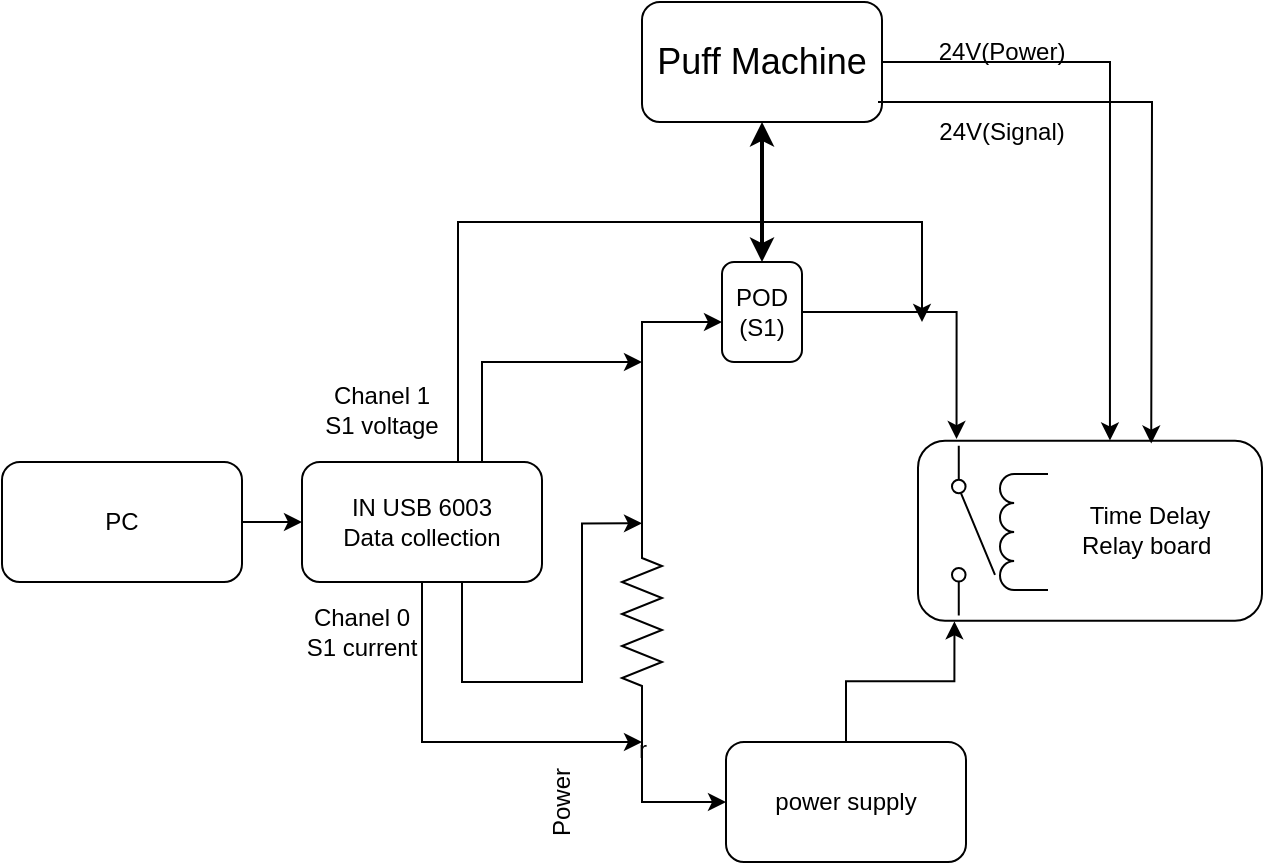
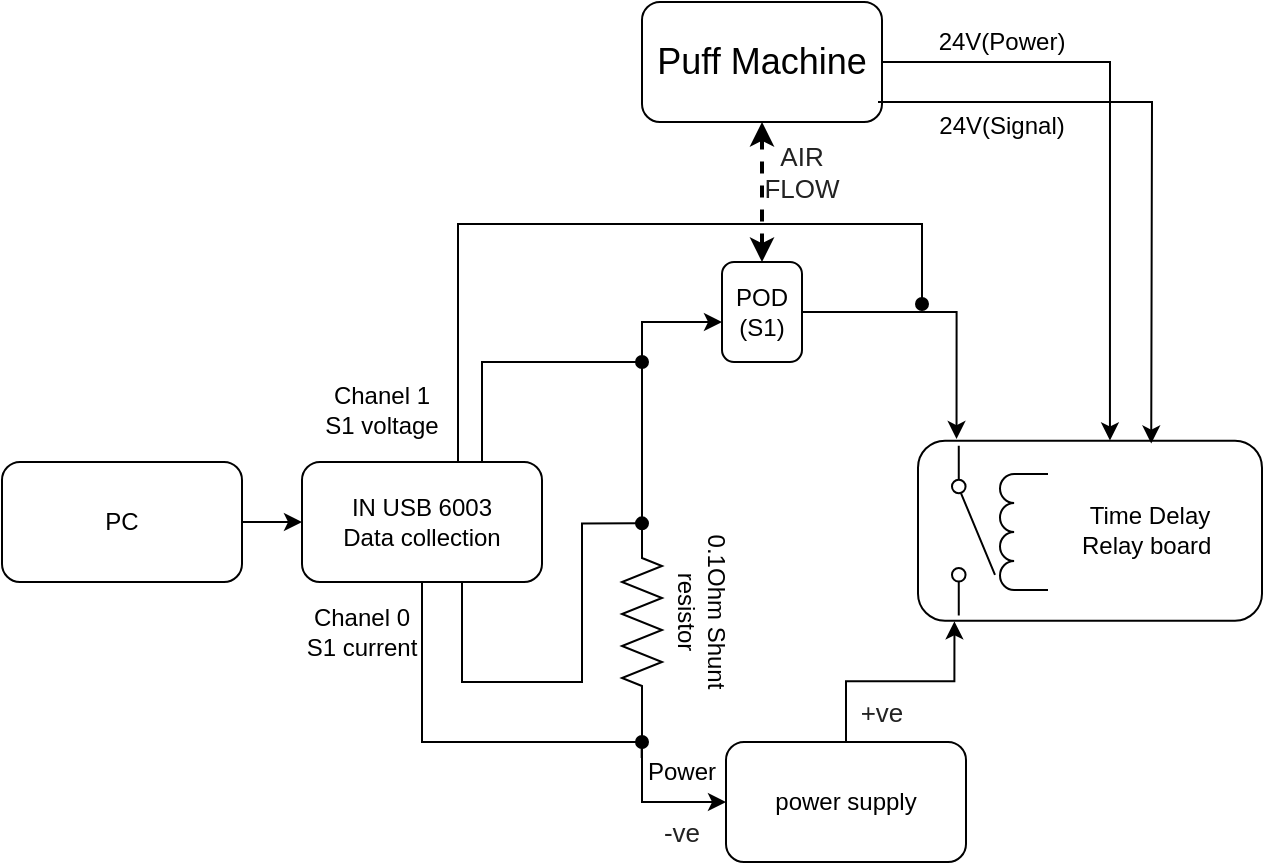
- <mxfile host="app.diagrams.net" agent="Mozilla/5.0 (Windows NT 10.0; Win64; x64) AppleWebKit/537.36 (KHTML, like Gecko) Chrome/143.0.0.0 Safari/537.36" version="29.3.1">
+ <mxfile host="app.diagrams.net" agent="Mozilla/5.0 (Windows NT 10.0; Win64; x64) AppleWebKit/537.36 (KHTML, like Gecko) Chrome/146.0.0.0 Safari/537.36" version="29.6.0">
  <diagram name="Page-1" id="7e0a89b8-554c-2b80-1dc8-d5c74ca68de4">
-     <mxGraphModel dx="868" dy="526" grid="1" gridSize="10" guides="1" tooltips="1" connect="1" arrows="1" fold="1" page="1" pageScale="1" pageWidth="1100" pageHeight="850" background="none" math="0" shadow="0">
+     <mxGraphModel dx="1042" dy="631" grid="1" gridSize="10" guides="1" tooltips="1" connect="1" arrows="1" fold="1" page="1" pageScale="1" pageWidth="1100" pageHeight="850" background="none" math="0" shadow="0">
      <root>
        <mxCell id="0" />
        <mxCell id="1" parent="0" />
        <mxCell id="GqpIZVUSNvGI2A6IR9i2-1" parent="1" style="rounded=1;whiteSpace=wrap;html=1;" value="&lt;font style=&quot;font-size: 18px;&quot;&gt;Puff Machine&lt;/font&gt;" vertex="1">
          <mxGeometry height="60" width="120" x="340" y="190" as="geometry" />
        </mxCell>
        <mxCell id="GqpIZVUSNvGI2A6IR9i2-2" parent="1" style="rounded=1;whiteSpace=wrap;html=1;" value="POD&lt;div&gt;(S1)&lt;/div&gt;" vertex="1">
          <mxGeometry height="50" width="40" x="380" y="320" as="geometry" />
        </mxCell>
-         <mxCell id="GqpIZVUSNvGI2A6IR9i2-3" edge="1" parent="1" source="GqpIZVUSNvGI2A6IR9i2-2" style="endArrow=classic;startArrow=classic;html=1;rounded=0;exitX=0.5;exitY=0;exitDx=0;exitDy=0;entryX=0.5;entryY=1;entryDx=0;entryDy=0;strokeWidth=2;" target="GqpIZVUSNvGI2A6IR9i2-1" value="">
+         <mxCell id="GqpIZVUSNvGI2A6IR9i2-3" edge="1" parent="1" source="GqpIZVUSNvGI2A6IR9i2-2" style="endArrow=classic;startArrow=classic;html=1;rounded=0;exitX=0.5;exitY=0;exitDx=0;exitDy=0;entryX=0.5;entryY=1;entryDx=0;entryDy=0;strokeWidth=2;dashed=1;" target="GqpIZVUSNvGI2A6IR9i2-1" value="">
          <mxGeometry height="50" relative="1" width="50" as="geometry">
            <mxPoint x="468" y="240" as="sourcePoint" />
            <mxPoint x="518" y="190" as="targetPoint" />
          </mxGeometry>
        </mxCell>
        <mxCell id="GqpIZVUSNvGI2A6IR9i2-4" parent="1" style="rounded=1;whiteSpace=wrap;html=1;" value="&amp;nbsp; &amp;nbsp; &amp;nbsp; &amp;nbsp; &amp;nbsp; &amp;nbsp; &amp;nbsp; &amp;nbsp; &amp;nbsp; &amp;nbsp; &amp;nbsp; &amp;nbsp; &amp;nbsp;Time Delay&amp;nbsp; &amp;nbsp; &amp;nbsp; &amp;nbsp; &amp;nbsp; &amp;nbsp; &amp;nbsp; &amp;nbsp; &amp;nbsp; &amp;nbsp; &amp;nbsp; &amp;nbsp; &amp;nbsp;Relay board" vertex="1">
          <mxGeometry height="90" width="172" x="478" y="409.32" as="geometry" />
        </mxCell>
        <mxCell id="GqpIZVUSNvGI2A6IR9i2-7" edge="1" parent="1" style="endArrow=classic;html=1;rounded=0;entryX=0.678;entryY=0.016;entryDx=0;entryDy=0;entryPerimeter=0;" target="GqpIZVUSNvGI2A6IR9i2-4" value="">
          <mxGeometry height="50" relative="1" width="50" as="geometry">
            <Array as="points">
              <mxPoint x="538" y="240" />
              <mxPoint x="595" y="240" />
            </Array>
            <mxPoint x="458" y="240" as="sourcePoint" />
            <mxPoint x="598" y="390" as="targetPoint" />
          </mxGeometry>
        </mxCell>
        <mxCell id="GqpIZVUSNvGI2A6IR9i2-8" parent="1" style="text;html=1;align=center;verticalAlign=middle;whiteSpace=wrap;rounded=0;" value="24V(Power)" vertex="1">
-           <mxGeometry height="30" width="60" x="490" y="200" as="geometry" />
+           <mxGeometry height="30" width="60" x="490" y="195" as="geometry" />
        </mxCell>
        <mxCell id="GqpIZVUSNvGI2A6IR9i2-10" parent="1" style="html=1;shape=mxgraph.electrical.electro-mechanical.singleSwitch;aspect=fixed;elSwitchState=off;rotation=90;" value="" vertex="1">
          <mxGeometry height="22.64" width="84.93" x="462.71" y="443" as="geometry" />
        </mxCell>
        <mxCell id="GqpIZVUSNvGI2A6IR9i2-11" parent="1" style="pointerEvents=1;verticalLabelPosition=bottom;shadow=0;dashed=0;align=center;html=1;verticalAlign=top;shape=mxgraph.electrical.inductors.inductor;rotation=-90;" value="" vertex="1">
          <mxGeometry height="24" width="58" x="502" y="443" as="geometry" />
        </mxCell>
        <mxCell id="GqpIZVUSNvGI2A6IR9i2-14" edge="1" parent="1" source="GqpIZVUSNvGI2A6IR9i2-2" style="edgeStyle=orthogonalEdgeStyle;rounded=0;orthogonalLoop=1;jettySize=auto;html=1;entryX=0.112;entryY=-0.009;entryDx=0;entryDy=0;entryPerimeter=0;" target="GqpIZVUSNvGI2A6IR9i2-4">
          <mxGeometry relative="1" as="geometry" />
        </mxCell>
        <mxCell id="GqpIZVUSNvGI2A6IR9i2-15" parent="1" style="rounded=1;whiteSpace=wrap;html=1;" value="power supply" vertex="1">
          <mxGeometry height="60" width="120" x="382" y="560" as="geometry" />
        </mxCell>
        <mxCell id="GqpIZVUSNvGI2A6IR9i2-16" edge="1" parent="1" source="GqpIZVUSNvGI2A6IR9i2-15" style="edgeStyle=orthogonalEdgeStyle;rounded=0;orthogonalLoop=1;jettySize=auto;html=1;entryX=0.106;entryY=1.004;entryDx=0;entryDy=0;entryPerimeter=0;" target="GqpIZVUSNvGI2A6IR9i2-4">
          <mxGeometry relative="1" as="geometry" />
        </mxCell>
-         <mxCell id="GqpIZVUSNvGI2A6IR9i2-20" parent="1" style="text;html=1;align=center;verticalAlign=middle;whiteSpace=wrap;rounded=0;rotation=-90;" value="Power" vertex="1">
-           <mxGeometry height="30" width="60" x="270" y="575" as="geometry" />
+         <mxCell id="GqpIZVUSNvGI2A6IR9i2-20" parent="1" style="text;html=1;align=center;verticalAlign=middle;whiteSpace=wrap;rounded=0;rotation=0;" value="Power" vertex="1">
+           <mxGeometry height="30" width="60" x="330" y="560" as="geometry" />
        </mxCell>
        <mxCell id="GqpIZVUSNvGI2A6IR9i2-22" edge="1" parent="1" source="GqpIZVUSNvGI2A6IR9i2-1" style="edgeStyle=orthogonalEdgeStyle;rounded=0;orthogonalLoop=1;jettySize=auto;html=1;entryX=0.558;entryY=-0.001;entryDx=0;entryDy=0;entryPerimeter=0;" target="GqpIZVUSNvGI2A6IR9i2-4">
          <mxGeometry relative="1" as="geometry" />
        </mxCell>
        <mxCell id="GqpIZVUSNvGI2A6IR9i2-23" parent="1" style="text;html=1;align=center;verticalAlign=middle;whiteSpace=wrap;rounded=0;" value="24V(Signal)" vertex="1">
-           <mxGeometry height="30" width="60" x="490" y="240" as="geometry" />
+           <mxGeometry height="30" width="60" x="490" y="237" as="geometry" />
        </mxCell>
        <mxCell id="I78wR5a9PI7Kfbd3GnO1-3" edge="1" parent="1" source="I78wR5a9PI7Kfbd3GnO1-1" style="edgeStyle=orthogonalEdgeStyle;rounded=0;orthogonalLoop=1;jettySize=auto;html=1;entryX=0;entryY=0.5;entryDx=0;entryDy=0;" target="I78wR5a9PI7Kfbd3GnO1-2">
          <mxGeometry relative="1" as="geometry" />
        </mxCell>
        <mxCell id="I78wR5a9PI7Kfbd3GnO1-1" parent="1" style="rounded=1;whiteSpace=wrap;html=1;" value="PC" vertex="1">
          <mxGeometry height="60" width="120" x="20" y="420" as="geometry" />
        </mxCell>
-         <mxCell id="I78wR5a9PI7Kfbd3GnO1-10" edge="1" parent="1" style="edgeStyle=orthogonalEdgeStyle;rounded=0;orthogonalLoop=1;jettySize=auto;html=1;">
+         <mxCell id="I78wR5a9PI7Kfbd3GnO1-10" edge="1" parent="1" style="edgeStyle=orthogonalEdgeStyle;rounded=0;orthogonalLoop=1;jettySize=auto;html=1;endArrow=oval;endFill=1;">
          <mxGeometry relative="1" as="geometry">
            <Array as="points">
              <mxPoint x="250" y="480" />
              <mxPoint x="250" y="530" />
              <mxPoint x="310" y="530" />
              <mxPoint x="310" y="451" />
            </Array>
            <mxPoint x="200.02857142857135" y="480" as="sourcePoint" />
            <mxPoint x="340" y="450.68" as="targetPoint" />
          </mxGeometry>
        </mxCell>
-         <mxCell id="I78wR5a9PI7Kfbd3GnO1-12" edge="1" parent="1" source="I78wR5a9PI7Kfbd3GnO1-2" style="edgeStyle=orthogonalEdgeStyle;rounded=0;orthogonalLoop=1;jettySize=auto;html=1;">
+         <mxCell id="I78wR5a9PI7Kfbd3GnO1-12" edge="1" parent="1" source="I78wR5a9PI7Kfbd3GnO1-2" style="edgeStyle=orthogonalEdgeStyle;rounded=0;orthogonalLoop=1;jettySize=auto;html=1;endArrow=oval;endFill=1;">
          <mxGeometry relative="1" as="geometry">
            <Array as="points">
              <mxPoint x="230" y="560" />
              <mxPoint x="340" y="560" />
            </Array>
            <mxPoint x="340" y="560" as="targetPoint" />
          </mxGeometry>
        </mxCell>
-         <mxCell id="I78wR5a9PI7Kfbd3GnO1-13" edge="1" parent="1" source="I78wR5a9PI7Kfbd3GnO1-2" style="edgeStyle=orthogonalEdgeStyle;rounded=0;orthogonalLoop=1;jettySize=auto;html=1;">
+         <mxCell id="I78wR5a9PI7Kfbd3GnO1-13" edge="1" parent="1" source="I78wR5a9PI7Kfbd3GnO1-2" style="edgeStyle=orthogonalEdgeStyle;rounded=0;orthogonalLoop=1;jettySize=auto;html=1;endArrow=oval;endFill=1;">
          <mxGeometry relative="1" as="geometry">
            <Array as="points">
              <mxPoint x="260" y="370" />
            </Array>
            <mxPoint x="340" y="370" as="targetPoint" />
          </mxGeometry>
        </mxCell>
-         <mxCell id="I78wR5a9PI7Kfbd3GnO1-14" edge="1" parent="1" style="edgeStyle=orthogonalEdgeStyle;rounded=0;orthogonalLoop=1;jettySize=auto;html=1;">
+         <mxCell id="I78wR5a9PI7Kfbd3GnO1-14" edge="1" parent="1" style="edgeStyle=orthogonalEdgeStyle;rounded=0;orthogonalLoop=1;jettySize=auto;html=1;endArrow=oval;endFill=1;">
          <mxGeometry relative="1" as="geometry">
            <Array as="points">
-               <mxPoint x="248" y="300" />
+               <mxPoint x="248" y="301" />
            </Array>
-             <mxPoint x="247.99857142857135" y="420" as="sourcePoint" />
-             <mxPoint x="480" y="350" as="targetPoint" />
+             <mxPoint x="247.99857142857135" y="421" as="sourcePoint" />
+             <mxPoint x="480" y="341" as="targetPoint" />
          </mxGeometry>
        </mxCell>
        <mxCell id="I78wR5a9PI7Kfbd3GnO1-2" parent="1" style="rounded=1;whiteSpace=wrap;html=1;" value="IN USB 6003&lt;div&gt;Data collection&lt;/div&gt;" vertex="1">
          <mxGeometry height="60" width="120" x="170" y="420" as="geometry" />
        </mxCell>
        <mxCell id="I78wR5a9PI7Kfbd3GnO1-5" edge="1" parent="1" source="I78wR5a9PI7Kfbd3GnO1-4" style="edgeStyle=orthogonalEdgeStyle;rounded=0;orthogonalLoop=1;jettySize=auto;html=1;">
          <mxGeometry relative="1" as="geometry">
            <Array as="points">
              <mxPoint x="340" y="350" />
            </Array>
            <mxPoint x="380" y="350" as="targetPoint" />
          </mxGeometry>
        </mxCell>
        <mxCell id="I78wR5a9PI7Kfbd3GnO1-6" edge="1" parent="1" source="I78wR5a9PI7Kfbd3GnO1-4" style="edgeStyle=orthogonalEdgeStyle;rounded=0;orthogonalLoop=1;jettySize=auto;html=1;exitX=1;exitY=0.5;exitDx=0;exitDy=0;exitPerimeter=0;entryX=0;entryY=0.5;entryDx=0;entryDy=0;" target="GqpIZVUSNvGI2A6IR9i2-15">
          <mxGeometry relative="1" as="geometry" />
        </mxCell>
        <mxCell id="I78wR5a9PI7Kfbd3GnO1-4" parent="1" style="pointerEvents=1;verticalLabelPosition=bottom;shadow=0;dashed=0;align=center;html=1;verticalAlign=top;shape=mxgraph.electrical.resistors.resistor_2;direction=south;" value="r" vertex="1">
          <mxGeometry height="100" width="20" x="330" y="450" as="geometry" />
        </mxCell>
        <mxCell id="I78wR5a9PI7Kfbd3GnO1-15" parent="1" style="text;html=1;align=center;verticalAlign=middle;whiteSpace=wrap;rounded=0;" value="Chanel 1&lt;div&gt;S1 voltage&lt;/div&gt;" vertex="1">
          <mxGeometry height="30" width="60" x="180" y="379.32" as="geometry" />
        </mxCell>
        <mxCell id="I78wR5a9PI7Kfbd3GnO1-16" parent="1" style="text;html=1;align=center;verticalAlign=middle;whiteSpace=wrap;rounded=0;" value="Chanel 0&lt;div&gt;S1 current&lt;/div&gt;" vertex="1">
          <mxGeometry height="30" width="60" x="170" y="490" as="geometry" />
        </mxCell>
+         <mxCell id="lYWVnPTE-y8aVG2hORYp-1" parent="1" style="text;html=1;whiteSpace=wrap;strokeColor=none;fillColor=none;align=center;verticalAlign=middle;rounded=0;rotation=90;" value="0.1Ohm Shunt resistor" vertex="1">
+           <mxGeometry height="30" width="80" x="330" y="480" as="geometry" />
+         </mxCell>
+         <mxCell id="lYWVnPTE-y8aVG2hORYp-2" parent="1" style="text;html=1;whiteSpace=wrap;strokeColor=none;fillColor=none;align=center;verticalAlign=middle;rounded=0;" value="&lt;span style=&quot;color: rgb(34, 34, 34); font-family: Arial, Helvetica, sans-serif; font-size: small; text-align: start; background-color: rgb(255, 255, 255);&quot;&gt;AIR FLOW&lt;/span&gt;" vertex="1">
+           <mxGeometry height="30" width="60" x="390" y="260" as="geometry" />
+         </mxCell>
+         <mxCell id="lYWVnPTE-y8aVG2hORYp-3" parent="1" style="text;html=1;whiteSpace=wrap;strokeColor=none;fillColor=none;align=center;verticalAlign=middle;rounded=0;" value="&lt;span style=&quot;color: rgb(34, 34, 34); font-family: Arial, Helvetica, sans-serif; font-size: small; text-align: start; background-color: rgb(255, 255, 255);&quot;&gt;+ve&lt;/span&gt;" vertex="1">
+           <mxGeometry height="30" width="60" x="430" y="530" as="geometry" />
+         </mxCell>
+         <mxCell id="lYWVnPTE-y8aVG2hORYp-4" parent="1" style="text;html=1;whiteSpace=wrap;strokeColor=none;fillColor=none;align=center;verticalAlign=middle;rounded=0;" value="&lt;span style=&quot;color: rgb(34, 34, 34); font-family: Arial, Helvetica, sans-serif; font-size: small; text-align: start; background-color: rgb(255, 255, 255);&quot;&gt;-ve&lt;/span&gt;" vertex="1">
+           <mxGeometry height="30" width="60" x="330" y="590" as="geometry" />
+         </mxCell>
      </root>
    </mxGraphModel>
  </diagram>
</mxfile>
